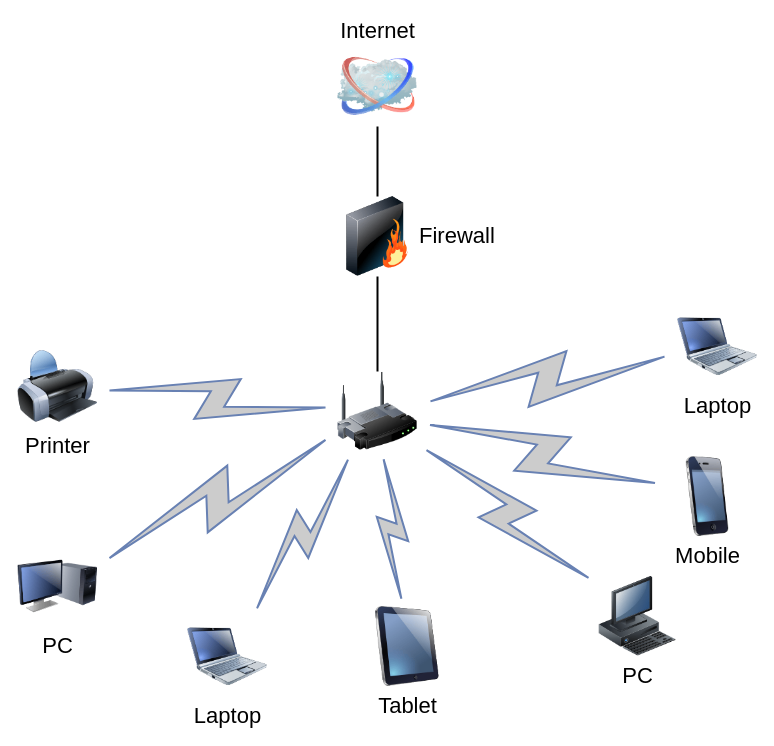
Above: 2.4G微波炉干扰原型环境.drawio in zeandon/draw.io (draw.io), before the change. Source tidied: cells renumbered, new cells numbered last; positions are measured from the earlier drawing's top-left corner, leaving out a move shared by most shapes. Both pictures are drawn from the tidied source at 100%, with x=0, y=0 at pixel (17, 46). Pictures stored in the file or linked from it are replaced by grey dashed boxes.
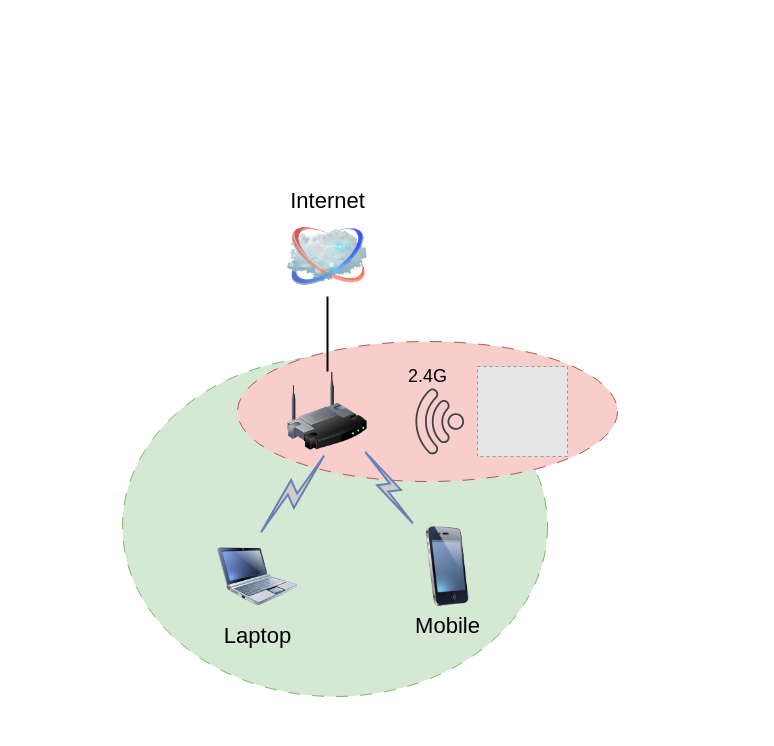
After the change.

Commit message:
更新2.4G微波炉干扰原型环境.drawio

The edit, as a diff of the source:
```diff
@@
+    <mxCell id="21" style="ellipse;whiteSpace=wrap;html=1;fillColor=#d5e8d4;strokeColor=#82b366;dashed=1;dashPattern=12 12;" parent="1" vertex="1">
+      <mxGeometry x="105" y="310" width="425" height="340" as="geometry" />
+    </mxCell>
+    <mxCell id="22" style="ellipse;whiteSpace=wrap;html=1;fillColor=#f8cecc;strokeColor=#b85450;dashed=1;dashPattern=12 12;" parent="1" vertex="1">
+      <mxGeometry x="220" y="295" width="380" height="140" as="geometry" />
+    </mxCell>
-    <mxCell id="2" style="edgeStyle=none;rounded=0;html=1;labelBackgroundColor=none;endArrow=none;strokeWidth=2;fontFamily=Verdana;fontSize=22;" parent="1" edge="1" source="3" target="6">
+    <mxCell id="2" style="edgeStyle=none;rounded=0;html=1;labelBackgroundColor=none;endArrow=none;strokeWidth=2;fontFamily=Verdana;fontSize=22;" parent="1" edge="1" source="3" target="4">
       <mxGeometry relative="1" as="geometry" />
     </mxCell>
     <mxCell id="3" style="image;html=1;labelBackgroundColor=#ffffff;image=img/lib/clip_art/networking/Wireless_Router_128x128.png;rounded=1;shadow=0;comic=0;strokeWidth=2;fontSize=22;" parent="1" vertex="1">
-      <mxGeometry x="320" y="325" width="80" height="80" as="geometry" />
+      <mxGeometry x="270" y="325" width="80" height="80" as="geometry" />
     </mxCell>
     <mxCell id="4" value="Internet" style="image;html=1;labelBackgroundColor=#ffffff;image=img/lib/clip_art/networking/Cloud_128x128.png;rounded=1;shadow=0;comic=0;strokeWidth=2;fontSize=22;labelPosition=center;verticalLabelPosition=top;align=center;verticalAlign=bottom;" parent="1" vertex="1">
-      <mxGeometry x="320" width="80" height="80" as="geometry" />
+      <mxGeometry x="270" y="170" width="80" height="80" as="geometry" />
     </mxCell>
-    <mxCell id="5" style="edgeStyle=none;rounded=0;html=1;labelBackgroundColor=none;endArrow=none;strokeWidth=2;fontFamily=Verdana;fontSize=22;" parent="1" edge="1" source="6" target="4">
-      <mxGeometry relative="1" as="geometry" />
-    </mxCell>
-    <mxCell id="6" value="Firewall" style="image;html=1;labelBackgroundColor=#ffffff;image=img/lib/clip_art/networking/Firewall_128x128.png;rounded=1;shadow=0;comic=0;strokeWidth=2;fontSize=22;labelPosition=right;verticalLabelPosition=middle;align=left;verticalAlign=middle;" parent="1" vertex="1">
-      <mxGeometry x="320" y="150" width="80" height="80" as="geometry" />
-    </mxCell>
-    <mxCell id="7" value="Tablet" style="image;html=1;labelBackgroundColor=#ffffff;image=img/lib/clip_art/computers/iPad_128x128.png;rounded=1;shadow=0;comic=0;strokeWidth=2;fontSize=22;" parent="1" vertex="1">
-      <mxGeometry x="350" y="560" width="80" height="80" as="geometry" />
-    </mxCell>
-    <mxCell id="8" value="PC" style="image;html=1;labelBackgroundColor=#ffffff;image=img/lib/clip_art/computers/Monitor_Tower_128x128.png;rounded=1;shadow=0;comic=0;strokeWidth=2;fontSize=22;" parent="1" vertex="1">
-      <mxGeometry y="500" width="80" height="80" as="geometry" />
-    </mxCell>
-    <mxCell id="9" value="Printer" style="image;html=1;labelBackgroundColor=#ffffff;image=img/lib/clip_art/computers/Printer_128x128.png;rounded=1;shadow=0;comic=0;strokeWidth=2;fontSize=22;" parent="1" vertex="1">
-      <mxGeometry y="300" width="80" height="80" as="geometry" />
-    </mxCell>
-    <mxCell id="10" value="PC" style="image;html=1;labelBackgroundColor=#ffffff;image=img/lib/clip_art/computers/Workstation_128x128.png;rounded=1;shadow=0;comic=0;strokeWidth=2;fontSize=22;" parent="1" vertex="1">
-      <mxGeometry x="580" y="530" width="80" height="80" as="geometry" />
-    </mxCell>
-    <mxCell id="11" value="Mobile" style="image;html=1;labelBackgroundColor=#ffffff;image=img/lib/clip_art/telecommunication/iPhone_128x128.png;rounded=1;shadow=0;comic=0;strokeWidth=2;fontSize=22;" parent="1" vertex="1">
-      <mxGeometry x="650" y="410" width="80" height="80" as="geometry" />
+    <mxCell id="11" value="Mobile" style="image;html=1;labelBackgroundColor=none;image=img/lib/clip_art/telecommunication/iPhone_128x128.png;rounded=1;shadow=0;comic=0;strokeWidth=2;fontSize=22;textShadow=0;labelBorderColor=none;" parent="1" vertex="1">
+      <mxGeometry x="390" y="480" width="80" height="80" as="geometry" />
     </mxCell>
-    <mxCell id="12" value="Laptop" style="image;html=1;labelBackgroundColor=#ffffff;image=img/lib/clip_art/computers/Netbook_128x128.png;rounded=1;shadow=0;comic=0;strokeColor=#000000;strokeWidth=2;fillColor=#FFFFFF;fontSize=22;fontColor=#000000;" parent="1" vertex="1">
-      <mxGeometry x="660" y="260" width="80" height="80" as="geometry" />
-    </mxCell>
-    <mxCell id="13" value="Laptop" style="image;html=1;labelBackgroundColor=#ffffff;image=img/lib/clip_art/computers/Netbook_128x128.png;rounded=1;shadow=0;comic=0;strokeWidth=2;fontSize=22;" parent="1" vertex="1">
-      <mxGeometry x="170" y="570" width="80" height="80" as="geometry" />
+    <mxCell id="13" value="Laptop" style="image;html=1;labelBackgroundColor=none;image=img/lib/clip_art/computers/Netbook_128x128.png;rounded=1;shadow=0;comic=0;strokeWidth=2;fontSize=22;" parent="1" vertex="1">
+      <mxGeometry x="200" y="490" width="80" height="80" as="geometry" />
     </mxCell>
-    <mxCell id="14" style="html=1;fillColor=#CCCCCC;strokeColor=#6881B3;gradientColor=none;gradientDirection=north;strokeWidth=2;shape=mxgraph.networks.comm_link_edge;html=1;labelBackgroundColor=none;endArrow=none;fontFamily=Verdana;fontSize=22;fontColor=#000000;" parent="1" edge="1" source="9" target="3">
-      <mxGeometry relative="1" as="geometry" />
-    </mxCell>
-    <mxCell id="15" style="html=1;fillColor=#CCCCCC;strokeColor=#6881B3;gradientColor=none;gradientDirection=north;strokeWidth=2;shape=mxgraph.networks.comm_link_edge;html=1;labelBackgroundColor=none;endArrow=none;fontFamily=Verdana;fontSize=22;fontColor=#000000;fontStyle=1;" parent="1" edge="1" source="8" target="3">
-      <mxGeometry relative="1" as="geometry" />
-    </mxCell>
+    <mxCell id="23" style="fillColor=#E6E6E6;strokeColor=#999999;dashed=1;html=1;verticalAlign=top;verticalLabelPosition=bottom;labelBackgroundColor=#ffffff;" parent="1" vertex="1">
+      <mxGeometry x="460" y="320" width="90" height="90" as="geometry" />
+    </mxCell>
-    <mxCell id="16" style="html=1;fillColor=#CCCCCC;strokeColor=#6881B3;gradientColor=none;gradientDirection=north;strokeWidth=2;shape=mxgraph.networks.comm_link_edge;html=1;labelBackgroundColor=none;endArrow=none;fontFamily=Verdana;fontSize=22;fontColor=#000000;" parent="1" edge="1" source="13" target="3">
+    <mxCell id="16" style="html=1;outlineConnect=0;fillColor=#CCCCCC;strokeColor=#6881B3;gradientColor=none;gradientDirection=north;strokeWidth=2;shape=mxgraph.networks.comm_link_edge;html=1;rounded=0;entryX=0.5;entryY=1;entryDx=0;entryDy=0;exitX=0.5;exitY=0;exitDx=0;exitDy=0;" parent="1" edge="1" source="13" target="3">
       <mxGeometry relative="1" as="geometry" />
     </mxCell>
-    <mxCell id="17" style="html=1;fillColor=#CCCCCC;strokeColor=#6881B3;gradientColor=none;gradientDirection=north;strokeWidth=2;shape=mxgraph.networks.comm_link_edge;html=1;labelBackgroundColor=none;endArrow=none;fontFamily=Verdana;fontSize=22;fontColor=#000000;" parent="1" edge="1" source="7" target="3">
-      <mxGeometry relative="1" as="geometry" />
-    </mxCell>
-    <mxCell id="18" style="html=1;fillColor=#CCCCCC;strokeColor=#6881B3;gradientColor=none;gradientDirection=north;strokeWidth=2;shape=mxgraph.networks.comm_link_edge;html=1;labelBackgroundColor=none;endArrow=none;fontFamily=Verdana;fontSize=22;fontColor=#000000;" parent="1" edge="1" source="10" target="3">
-      <mxGeometry relative="1" as="geometry" />
-    </mxCell>
-    <mxCell id="19" style="html=1;fillColor=#CCCCCC;strokeColor=#6881B3;gradientColor=none;gradientDirection=north;strokeWidth=2;shape=mxgraph.networks.comm_link_edge;html=1;labelBackgroundColor=none;endArrow=none;fontFamily=Verdana;fontSize=22;fontColor=#000000;" parent="1" edge="1" source="11" target="3">
+    <mxCell id="19" style="html=1;outlineConnect=0;fillColor=#CCCCCC;strokeColor=#6881B3;gradientColor=none;gradientDirection=north;strokeWidth=2;shape=mxgraph.networks.comm_link_edge;html=1;rounded=0;entryX=0.938;entryY=0.955;entryDx=0;entryDy=0;exitX=0.1;exitY=0.009;exitDx=0;exitDy=0;entryPerimeter=0;exitPerimeter=0;" parent="1" edge="1" source="11" target="3">
       <mxGeometry relative="1" as="geometry" />
     </mxCell>
-    <mxCell id="20" style="html=1;fillColor=#CCCCCC;strokeColor=#6881B3;gradientColor=none;gradientDirection=north;strokeWidth=2;shape=mxgraph.networks.comm_link_edge;html=1;labelBackgroundColor=none;endArrow=none;fontFamily=Verdana;fontSize=22;fontColor=#000000;" parent="1" edge="1" source="12" target="3">
-      <mxGeometry relative="1" as="geometry" />
-    </mxCell>
+    <mxCell id="24" style="sketch=0;shadow=0;dashed=0;html=1;strokeColor=none;fillColor=#434445;labelPosition=center;verticalLabelPosition=bottom;verticalAlign=top;align=center;shape=mxgraph.vvd.wi_fi;rotation=-135;" parent="1" vertex="1">
+      <mxGeometry x="390" y="350" width="50" height="50" as="geometry" />
+    </mxCell>
+    <mxCell id="25" value="2.4G" style="text;strokeColor=none;fillColor=none;html=1;fontSize=18;fontStyle=0;verticalAlign=middle;align=center;" parent="1" vertex="1">
+      <mxGeometry x="360" y="310" width="100" height="40" as="geometry" />
+    </mxCell>
```
